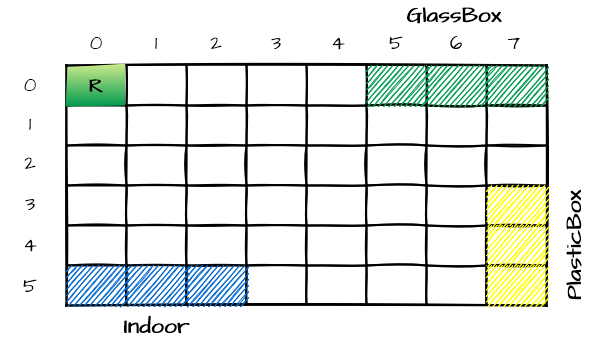
Earlier version of the draw.io export userDocs/resouces/images/ElementPositionRoom.drawio.png (EnricoValastro/WasteService-Project). Source tidied: cells renumbered, new cells last; positions are measured from the earlier drawing's top-left corner, leaving out a move shared by most shapes.
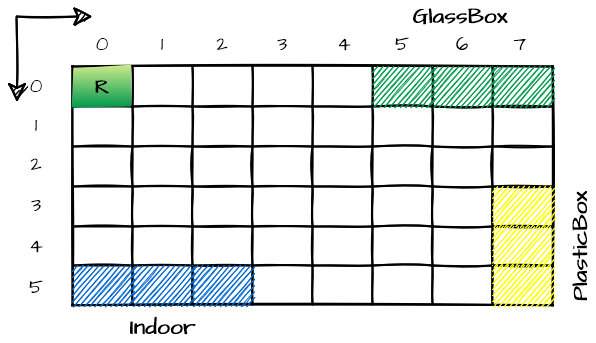
Later version of the same file.

Change to the diagram source:
```diff
@@ -3,7 +3,7 @@
     <mxCell id="0" />
     <mxCell id="1" parent="0" />
     <mxCell id="2" style="shape=table;startSize=0;sketch=1;hachureGap=4;fontFamily=Architects Daughter;fontSource=https%3A%2F%2Ffonts.googleapis.com%2Fcss%3Ffamily%3DArchitects%2BDaughter;fontSize=20;fontStyle=1;strokeWidth=2;" parent="1" vertex="1">
-      <mxGeometry x="66" y="65" width="480" height="240" as="geometry" />
+      <mxGeometry x="66" y="65" width="480" height="238.7" as="geometry" />
     </mxCell>
     <mxCell id="3" style="shape=tableRow;horizontal=0;startSize=0;swimlaneHead=0;swimlaneBody=0;top=0;left=0;bottom=0;right=0;fillColor=none;sketch=1;hachureGap=4;fontFamily=Architects Daughter;fontSource=https%3A%2F%2Ffonts.googleapis.com%2Fcss%3Ffamily%3DArchitects%2BDaughter;fontSize=20;" parent="2" vertex="1">
       <mxGeometry width="480" height="40" as="geometry" />
@@ -114,34 +114,34 @@
       <mxGeometry x="420" width="60" height="40" as="geometry" />
     </mxCell>
     <mxCell id="39" style="shape=tableRow;horizontal=0;startSize=0;swimlaneHead=0;swimlaneBody=0;top=0;left=0;bottom=0;right=0;fillColor=none;sketch=1;hachureGap=4;fontFamily=Architects Daughter;fontSource=https%3A%2F%2Ffonts.googleapis.com%2Fcss%3Ffamily%3DArchitects%2BDaughter;fontSize=20;" parent="2" vertex="1">
-      <mxGeometry y="160" width="480" height="40" as="geometry" />
+      <mxGeometry y="160" width="480" height="39" as="geometry" />
     </mxCell>
     <mxCell id="40" style="shape=partialRectangle;html=1;whiteSpace=wrap;overflow=hidden;fillColor=none;top=0;left=0;bottom=0;right=0;sketch=1;hachureGap=4;fontFamily=Architects Daughter;fontSource=https%3A%2F%2Ffonts.googleapis.com%2Fcss%3Ffamily%3DArchitects%2BDaughter;fontSize=20;" parent="39" vertex="1">
-      <mxGeometry width="60" height="40" as="geometry" />
+      <mxGeometry width="60" height="39" as="geometry" />
     </mxCell>
     <mxCell id="41" style="shape=partialRectangle;html=1;whiteSpace=wrap;overflow=hidden;fillColor=none;top=0;left=0;bottom=0;right=0;sketch=1;hachureGap=4;fontFamily=Architects Daughter;fontSource=https%3A%2F%2Ffonts.googleapis.com%2Fcss%3Ffamily%3DArchitects%2BDaughter;fontSize=20;" parent="39" vertex="1">
-      <mxGeometry x="60" width="60" height="40" as="geometry" />
+      <mxGeometry x="60" width="60" height="39" as="geometry" />
     </mxCell>
     <mxCell id="42" style="shape=partialRectangle;html=1;whiteSpace=wrap;overflow=hidden;fillColor=none;top=0;left=0;bottom=0;right=0;sketch=1;hachureGap=4;fontFamily=Architects Daughter;fontSource=https%3A%2F%2Ffonts.googleapis.com%2Fcss%3Ffamily%3DArchitects%2BDaughter;fontSize=20;" parent="39" vertex="1">
-      <mxGeometry x="120" width="60" height="40" as="geometry" />
+      <mxGeometry x="120" width="60" height="39" as="geometry" />
     </mxCell>
     <mxCell id="43" style="shape=partialRectangle;html=1;whiteSpace=wrap;overflow=hidden;fillColor=none;top=0;left=0;bottom=0;right=0;sketch=1;hachureGap=4;fontFamily=Architects Daughter;fontSource=https%3A%2F%2Ffonts.googleapis.com%2Fcss%3Ffamily%3DArchitects%2BDaughter;fontSize=20;" parent="39" vertex="1">
-      <mxGeometry x="180" width="60" height="40" as="geometry" />
+      <mxGeometry x="180" width="60" height="39" as="geometry" />
     </mxCell>
     <mxCell id="44" style="shape=partialRectangle;html=1;whiteSpace=wrap;overflow=hidden;fillColor=none;top=0;left=0;bottom=0;right=0;sketch=1;hachureGap=4;fontFamily=Architects Daughter;fontSource=https%3A%2F%2Ffonts.googleapis.com%2Fcss%3Ffamily%3DArchitects%2BDaughter;fontSize=20;" parent="39" vertex="1">
-      <mxGeometry x="240" width="60" height="40" as="geometry" />
+      <mxGeometry x="240" width="60" height="39" as="geometry" />
     </mxCell>
     <mxCell id="45" style="shape=partialRectangle;html=1;whiteSpace=wrap;overflow=hidden;fillColor=none;top=0;left=0;bottom=0;right=0;sketch=1;hachureGap=4;fontFamily=Architects Daughter;fontSource=https%3A%2F%2Ffonts.googleapis.com%2Fcss%3Ffamily%3DArchitects%2BDaughter;fontSize=20;" parent="39" vertex="1">
-      <mxGeometry x="300" width="60" height="40" as="geometry" />
+      <mxGeometry x="300" width="60" height="39" as="geometry" />
     </mxCell>
     <mxCell id="46" style="shape=partialRectangle;html=1;whiteSpace=wrap;overflow=hidden;fillColor=none;top=0;left=0;bottom=0;right=0;sketch=1;hachureGap=4;fontFamily=Architects Daughter;fontSource=https%3A%2F%2Ffonts.googleapis.com%2Fcss%3Ffamily%3DArchitects%2BDaughter;fontSize=20;" parent="39" vertex="1">
-      <mxGeometry x="360" width="60" height="40" as="geometry" />
+      <mxGeometry x="360" width="60" height="39" as="geometry" />
     </mxCell>
     <mxCell id="47" style="shape=partialRectangle;html=1;whiteSpace=wrap;overflow=hidden;fillColor=#FFFF00;top=0;left=0;bottom=0;right=0;sketch=1;hachureGap=4;fontFamily=Architects Daughter;fontSource=https%3A%2F%2Ffonts.googleapis.com%2Fcss%3Ffamily%3DArchitects%2BDaughter;fontSize=20;strokeColor=#d6b656;" parent="39" vertex="1">
-      <mxGeometry x="420" width="60" height="40" as="geometry" />
+      <mxGeometry x="420" width="60" height="39" as="geometry" />
     </mxCell>
     <mxCell id="48" style="shape=tableRow;horizontal=0;startSize=0;swimlaneHead=0;swimlaneBody=0;top=0;left=0;bottom=0;right=0;fillColor=none;sketch=1;hachureGap=4;fontFamily=Architects Daughter;fontSource=https%3A%2F%2Ffonts.googleapis.com%2Fcss%3Ffamily%3DArchitects%2BDaughter;fontSize=20;" parent="2" vertex="1">
-      <mxGeometry y="200" width="480" height="40" as="geometry" />
+      <mxGeometry y="199" width="480" height="40" as="geometry" />
     </mxCell>
     <mxCell id="49" style="shape=partialRectangle;html=1;whiteSpace=wrap;overflow=hidden;fillColor=#0066CC;top=0;left=0;bottom=0;right=0;sketch=1;hachureGap=4;fontFamily=Architects Daughter;fontSource=https%3A%2F%2Ffonts.googleapis.com%2Fcss%3Ffamily%3DArchitects%2BDaughter;fontSize=20;strokeColor=#36393d;" parent="48" vertex="1">
       <mxGeometry width="60" height="40" as="geometry" />
@@ -218,5 +218,16 @@
     <mxCell id="73" value="&lt;b&gt;PlasticBox&lt;/b&gt;" style="text;html=1;strokeColor=none;fillColor=none;align=center;verticalAlign=middle;whiteSpace=wrap;rounded=0;sketch=1;hachureGap=4;fontFamily=Architects Daughter;fontSource=https%3A%2F%2Ffonts.googleapis.com%2Fcss%3Ffamily%3DArchitects%2BDaughter;fontSize=22;rotation=270;" parent="1" vertex="1">
       <mxGeometry x="515" y="230" width="118" height="30" as="geometry" />
     </mxCell>
+    <mxCell id="74" style="endArrow=classic;html=1;rounded=0;sketch=1;hachureGap=4;fontFamily=Architects Daughter;fontSource=https%3A%2F%2Ffonts.googleapis.com%2Fcss%3Ffamily%3DArchitects%2BDaughter;fontSize=22;startSize=14;endSize=14;sourcePerimeterSpacing=8;targetPerimeterSpacing=8;strokeWidth=2;" parent="1" edge="1">
+      <mxGeometry relative="1" as="geometry">
+        <mxPoint x="10" y="15" as="sourcePoint" />
+        <mxPoint x="86" y="15" as="targetPoint" />
+      </mxGeometry>
+    </mxCell>
+    <mxCell id="75" style="endArrow=classic;html=1;rounded=0;sketch=1;hachureGap=4;fontFamily=Architects Daughter;fontSource=https%3A%2F%2Ffonts.googleapis.com%2Fcss%3Ffamily%3DArchitects%2BDaughter;fontSize=22;startSize=14;endSize=14;sourcePerimeterSpacing=8;targetPerimeterSpacing=8;strokeWidth=2;entryX=0.176;entryY=-0.244;entryDx=0;entryDy=0;entryPerimeter=0;" parent="1" edge="1" target="58">
+      <mxGeometry relative="1" as="geometry">
+        <mxPoint x="10" y="16" as="sourcePoint" />
+      </mxGeometry>
+    </mxCell>
   </root>
 </mxGraphModel>
```
